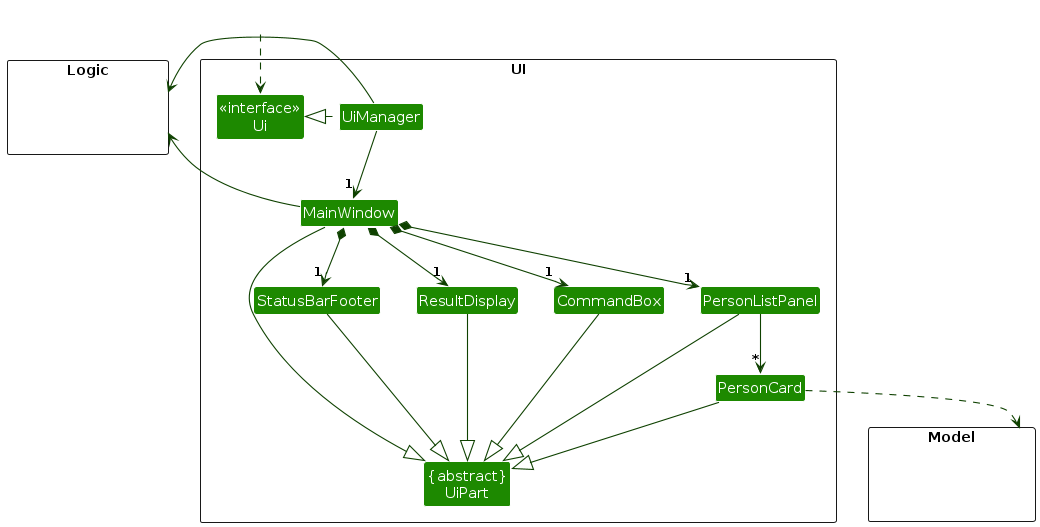
Before: diagrams/UiClassDiagram.png, a diagram exported from PlantUML (AY2627S1-CS2103-F12-3/tp). Its source is kept beside it as diagrams/UiClassDiagram.puml.
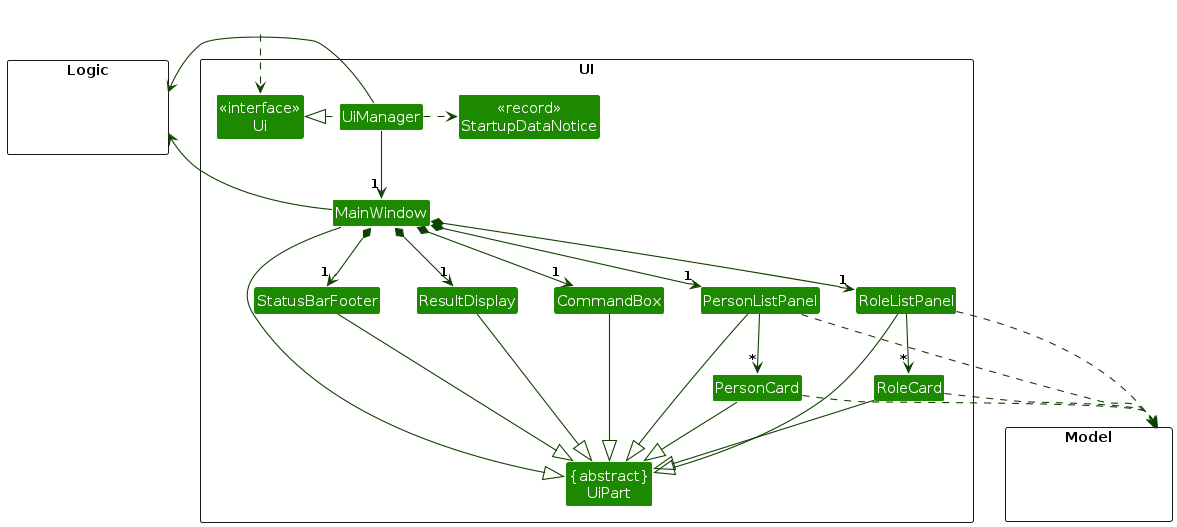
Later version of the same file.

Change to the diagram source:
```diff
@@ -12,8 +12,11 @@
 Class ResultDisplay
 Class PersonListPanel
 Class PersonCard
+Class RoleListPanel
+Class RoleCard
 Class StatusBarFooter
 Class CommandBox
+Class "<<record>>\nStartupDataNotice" as StartupDataNotice
 }
 
 package Model <<Rectangle>> {
@@ -29,12 +32,15 @@
 
 UiManager .left.|> Ui
 UiManager -down-> "1" MainWindow
+UiManager .right.> StartupDataNotice
 MainWindow *-down->  "1" CommandBox
 MainWindow *-down-> "1" ResultDisplay
 MainWindow *-down-> "1" PersonListPanel
+MainWindow *-down-> "1" RoleListPanel
 MainWindow *-down-> "1" StatusBarFooter
 
 PersonListPanel -down-> "*" PersonCard
+RoleListPanel -down-> "*" RoleCard
 
 MainWindow -left-|> UiPart
 
@@ -42,13 +48,19 @@
 CommandBox --|> UiPart
 PersonListPanel --|> UiPart
 PersonCard --|> UiPart
+RoleListPanel --|> UiPart
+RoleCard --|> UiPart
 StatusBarFooter --|> UiPart
 
-PersonCard ..> Model
+PersonListPanel .down.> Model
+PersonCard .down.> Model
+RoleListPanel .down.> Model
+RoleCard .down.> Model
+
 UiManager -right-> Logic
 MainWindow -left-> Logic
 
-PersonListPanel -[hidden]left- CommandBox
+RoleListPanel -[hidden]left- PersonListPanel
 CommandBox -[hidden]left- ResultDisplay
 ResultDisplay -[hidden]left- StatusBarFooter
 
```
